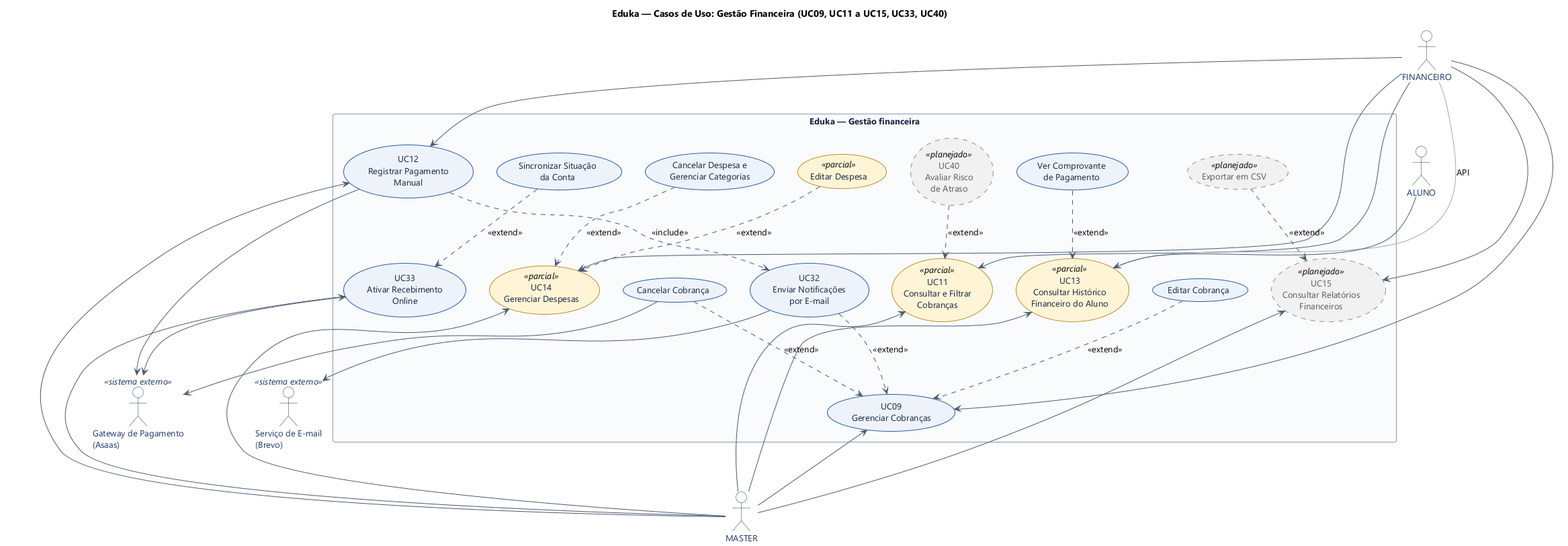
Above: Artefatos/casos-de-uso/diagramas/png/04-gestao-financeira.png in ICEI-PUC-Minas-PMGES-TI/pmg-es-2026-2-ti3-9577100-eduka (PlantUML), before the change.
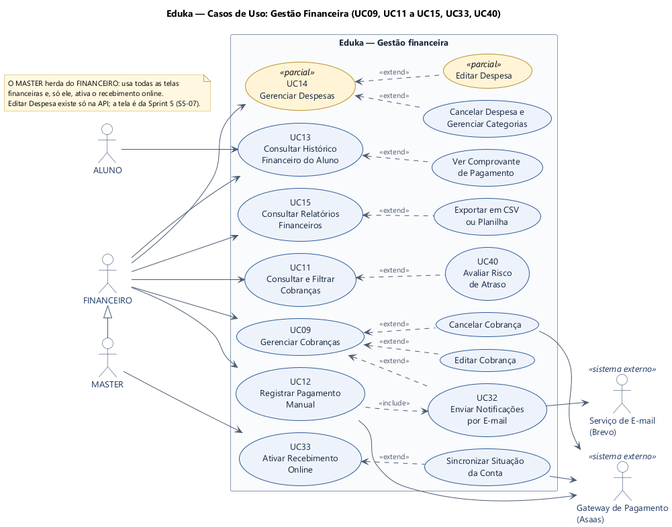
Later version of the same file.

The edit, as a diff of the source:
```diff
@@ -1,60 +1,62 @@
 @startuml 04-gestao-financeira
+!pragma layout smetana
 !include _estilo.puml
 title Eduka — Casos de Uso: Gestão Financeira (UC09, UC11 a UC15, UC33, UC40)
 
+left to right direction
+
+actor "ALUNO" as ALUNO
 actor "FINANCEIRO" as FINANCEIRO
 actor "MASTER" as MASTER
-actor "ALUNO" as ALUNO
 actor "Gateway de Pagamento\n(Asaas)" as ASAAS <<sistema externo>>
 actor "Serviço de E-mail\n(Brevo)" as BREVO <<sistema externo>>
 
 rectangle "Eduka — Gestão financeira" {
+  usecase "UC13\nConsultar Histórico\nFinanceiro do Aluno" as UC13
+  usecase "Ver Comprovante\nde Pagamento" as UC13A
+  usecase "UC11\nConsultar e Filtrar\nCobranças" as UC11
+  usecase "UC40\nAvaliar Risco\nde Atraso" as UC40
   usecase "UC09\nGerenciar Cobranças" as UC09
-  usecase "UC11\nConsultar e Filtrar\nCobranças" as UC11 <<parcial>>
-  usecase "UC12\nRegistrar Pagamento\nManual" as UC12
-  usecase "UC13\nConsultar Histórico\nFinanceiro do Aluno" as UC13 <<parcial>>
-  usecase "UC14\nGerenciar Despesas" as UC14 <<parcial>>
-  usecase "UC15\nConsultar Relatórios\nFinanceiros" as UC15 <<planejado>>
-  usecase "UC33\nAtivar Recebimento\nOnline" as UC33
-  usecase "UC40\nAvaliar Risco\nde Atraso" as UC40 <<planejado>>
   usecase "Editar Cobrança" as UC09A
   usecase "Cancelar Cobrança" as UC09B
+  usecase "UC12\nRegistrar Pagamento\nManual" as UC12
   usecase "UC32\nEnviar Notificações\npor E-mail" as UC32
-  usecase "Ver Comprovante\nde Pagamento" as UC13A
+  usecase "UC14\nGerenciar Despesas" as UC14 <<parcial>>
   usecase "Cancelar Despesa e\nGerenciar Categorias" as UC14A
   usecase "Editar Despesa" as UC14B <<parcial>>
-  usecase "Exportar em CSV" as UC15A <<planejado>>
+  usecase "UC15\nConsultar Relatórios\nFinanceiros" as UC15
+  usecase "Exportar em CSV\nou Planilha" as UC15A
+  usecase "UC33\nAtivar Recebimento\nOnline" as UC33
   usecase "Sincronizar Situação\nda Conta" as UC33A
 }
 
+FINANCEIRO <|- MASTER : " "
+
 FINANCEIRO --> UC09
 FINANCEIRO --> UC11
+FINANCEIRO --> UC12
+FINANCEIRO --> UC13
 FINANCEIRO --> UC14
 FINANCEIRO --> UC15
-FINANCEIRO --> UC12
-FINANCEIRO -[#A0A8B4]-> UC13 : API
-UC09 <-- MASTER
-UC11 <-- MASTER
-UC13 <-- MASTER
-UC14 <-- MASTER
-UC15 <-- MASTER
-UC12 <-- MASTER
-UC33 <-- MASTER
+MASTER --> UC33
 ALUNO --> UC13
-UC09A ..> UC09 : <<extend>>
-UC09B ..> UC09 : <<extend>>
-UC32 ..> UC09 : <<extend>>
+
+UC09 <.. UC09A : <<extend>>
+UC09 <.. UC09B : <<extend>>
+UC09 <.. UC32 : <<extend>>
+UC11 <.. UC40 : <<extend>>
 UC12 ..> UC32 : <<include>>
-UC13A ..> UC13 : <<extend>>
-UC14A ..> UC14 : <<extend>>
-UC14B ..> UC14 : <<extend>>
-UC15A ..> UC15 : <<extend>>
-UC40 ..> UC11 : <<extend>>
-UC33A ..> UC33 : <<extend>>
+UC13 <.. UC13A : <<extend>>
+UC14 <.. UC14A : <<extend>>
+UC14 <.. UC14B : <<extend>>
+UC15 <.. UC15A : <<extend>>
+UC33 <.. UC33A : <<extend>>
+
 UC09B --> ASAAS
 UC12 --> ASAAS
-UC33 --> ASAAS
+UC33A --> ASAAS
 UC32 --> BREVO
 
+note "O MASTER herda do FINANCEIRO: usa todas as telas\nfinanceiras e, só ele, ativa o recebimento online.\nEditar Despesa existe só na API; a tela é da Sprint 5 (S5-07)." as N1
 
 @enduml
```
